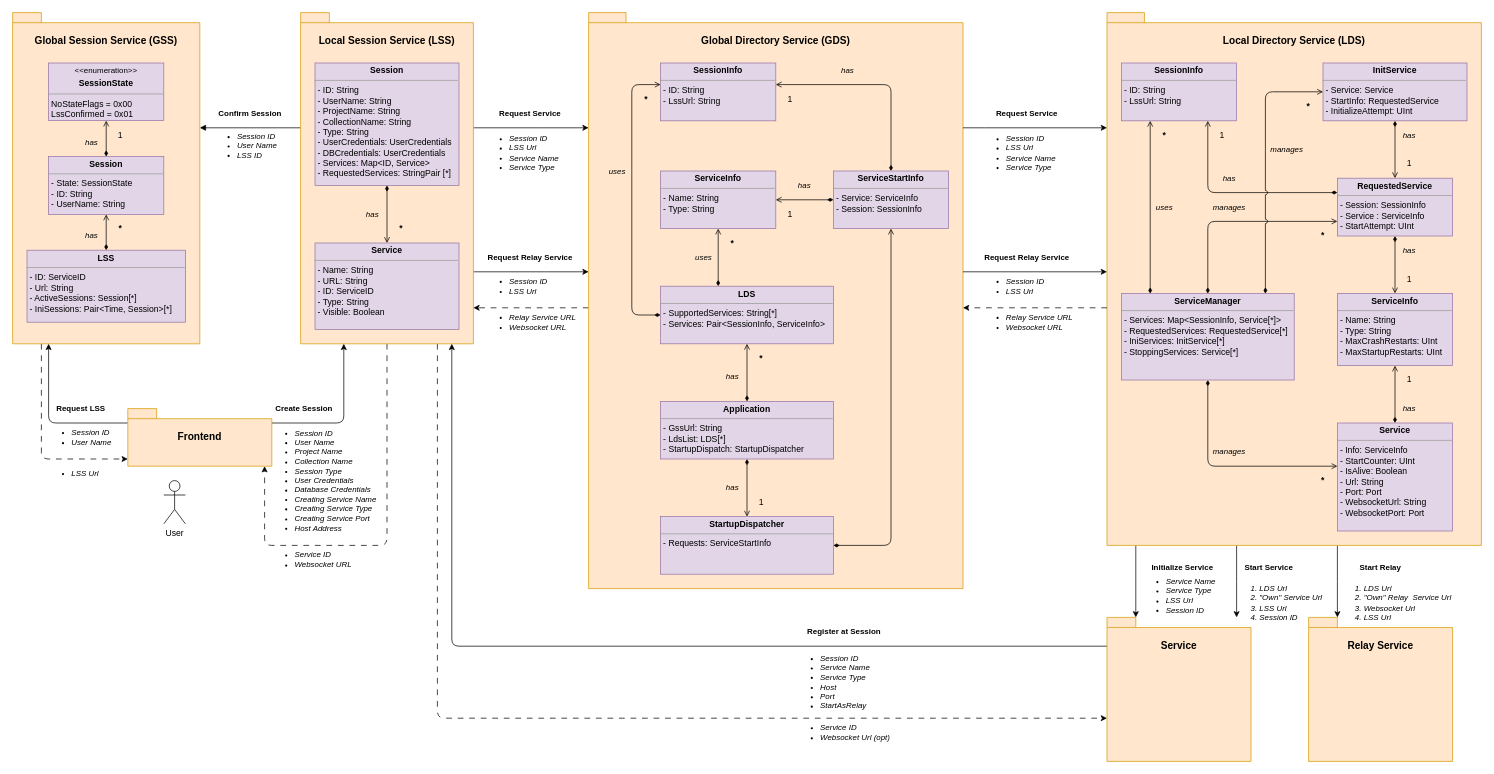
OT-OpenTwin/OpenTwin keeps this draw.io diagram as Documentation/Developer/general_concepts/images/ServiceInfromationOverview.drawio. Above is the earlier version. Source tidied: cells renumbered, new cells numbered last; positions are measured from the earlier drawing's top-left corner, leaving out a move shared by most shapes. Both pictures are drawn from the tidied source at 72%, with x=0, y=0 at pixel (12, 12).
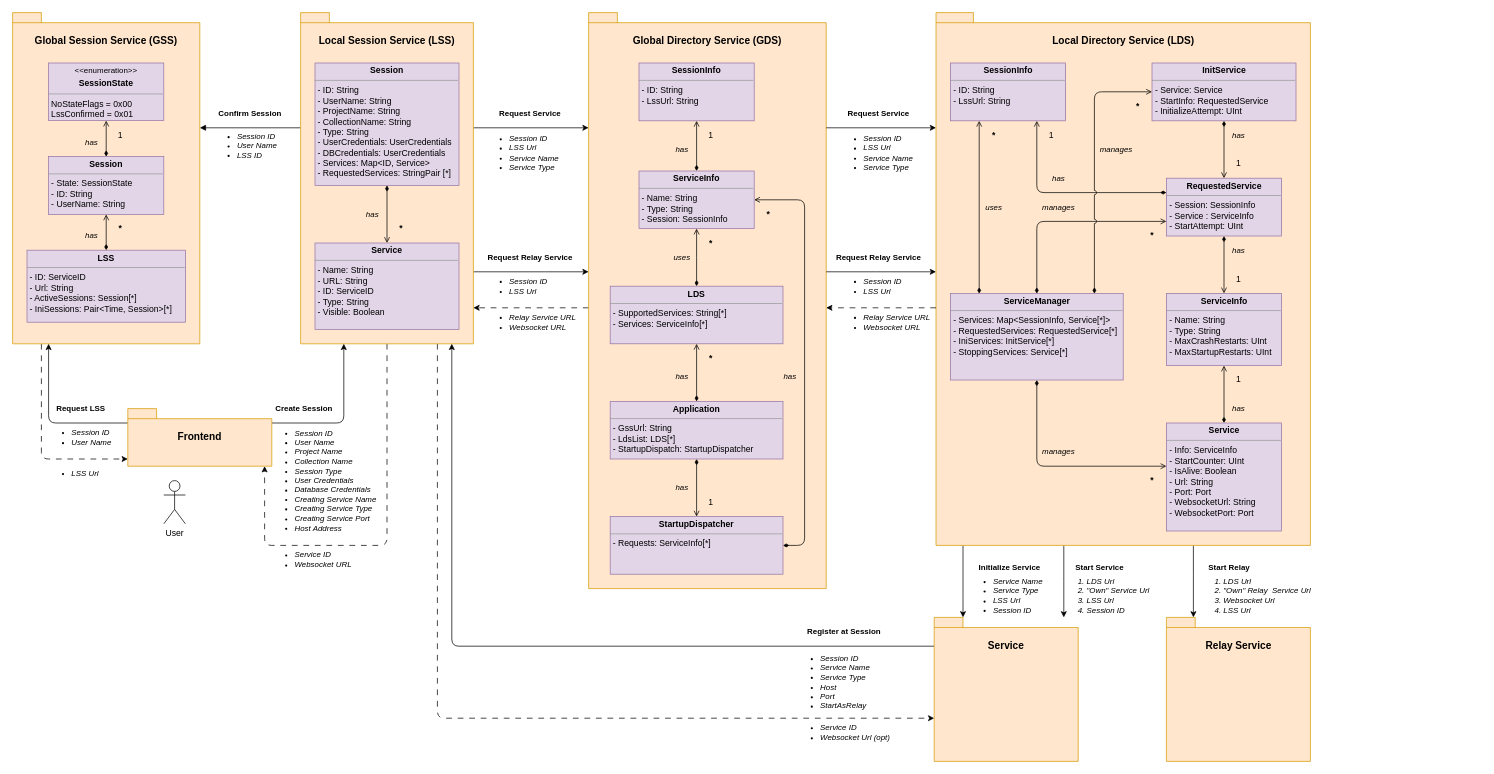
The same diagram, later.

The edit, as a diff of the source:
```diff
@@
     <mxCell id="13" style="edgeStyle=orthogonalEdgeStyle;rounded=0;jettySize=auto;html=1;" parent="1" edge="1" source="16" target="111">
       <mxGeometry relative="1" as="geometry">
         <Array as="points">
-          <mxPoint x="1840" y="790" />
-          <mxPoint x="1840" y="790" />
+          <mxPoint x="1640" y="780" />
+          <mxPoint x="1640" y="780" />
         </Array>
       </mxGeometry>
     </mxCell>
     <mxCell id="14" style="edgeStyle=orthogonalEdgeStyle;rounded=0;jettySize=auto;html=1;" parent="1" edge="1" source="16" target="102">
       <mxGeometry relative="1" as="geometry">
         <Array as="points">
-          <mxPoint x="1700" y="790" />
-          <mxPoint x="1700" y="790" />
+          <mxPoint x="1460" y="790" />
+          <mxPoint x="1460" y="790" />
         </Array>
       </mxGeometry>
     </mxCell>
     <mxCell id="15" style="edgeStyle=orthogonalEdgeStyle;rounded=0;jettySize=auto;html=1;" parent="1" edge="1" source="16" target="102">
       <mxGeometry relative="1" as="geometry">
         <Array as="points">
-          <mxPoint x="1560" y="760" />
-          <mxPoint x="1560" y="760" />
+          <mxPoint x="1320" y="810" />
+          <mxPoint x="1320" y="810" />
         </Array>
       </mxGeometry>
     </mxCell>
     <mxCell id="16" value="&lt;h3&gt;Local Directory Service (LDS)&lt;/h3&gt;" style="shape=folder;fontStyle=1;spacingTop=10;tabWidth=40;tabHeight=14;tabPosition=left;html=1;whiteSpace=wrap;fillColor=#ffe6cc;strokeColor=#d79b00;align=center;verticalAlign=top;" parent="1" vertex="1">
-      <mxGeometry x="1520" width="520" height="740" as="geometry" />
+      <mxGeometry x="1282.5" width="520" height="740" as="geometry" />
     </mxCell>
@@
     <mxCell id="59" value="&lt;h3&gt;Global Directory Service (GDS)&lt;/h3&gt;" style="shape=folder;fontStyle=1;spacingTop=10;tabWidth=40;tabHeight=14;tabPosition=left;html=1;whiteSpace=wrap;fillColor=#ffe6cc;strokeColor=#d79b00;align=center;verticalAlign=top;" parent="1" vertex="1">
-      <mxGeometry x="800" width="520" height="800" as="geometry" />
+      <mxGeometry x="800" width="330" height="800" as="geometry" />
     </mxCell>
+    <mxCell id="122" style="edgeStyle=orthogonalEdgeStyle;rounded=0;jettySize=auto;html=1;endArrow=open;endFill=0;startArrow=diamondThin;startFill=1;" parent="59" edge="1" source="60" target="61">
+      <mxGeometry relative="1" as="geometry" />
+    </mxCell>
-    <mxCell id="60" value="&lt;p style=&quot;margin:0px;margin-top:4px;text-align:center;&quot;&gt;&lt;b&gt;ServiceInfo&lt;/b&gt;&lt;/p&gt;&lt;hr size=&quot;1&quot;&gt;&lt;p style=&quot;margin:0px;margin-left:4px;&quot;&gt;- Name: String&lt;/p&gt;&lt;p style=&quot;margin:0px;margin-left:4px;&quot;&gt;- Type: String&lt;/p&gt;" style="verticalAlign=top;align=left;overflow=fill;fontSize=12;fontFamily=Helvetica;html=1;fillColor=#e1d5e7;strokeColor=#9673a6;" parent="59" vertex="1">
-      <mxGeometry x="100" y="220" width="160" height="80" as="geometry" />
+    <mxCell id="60" value="&lt;p style=&quot;margin:0px;margin-top:4px;text-align:center;&quot;&gt;&lt;b&gt;ServiceInfo&lt;/b&gt;&lt;/p&gt;&lt;hr size=&quot;1&quot;&gt;&lt;p style=&quot;margin:0px;margin-left:4px;&quot;&gt;- Name: String&lt;/p&gt;&lt;p style=&quot;margin:0px;margin-left:4px;&quot;&gt;- Type: String&lt;/p&gt;&lt;p style=&quot;margin:0px;margin-left:4px;&quot;&gt;- Session: SessionInfo&lt;/p&gt;" style="verticalAlign=top;align=left;overflow=fill;fontSize=12;fontFamily=Helvetica;html=1;fillColor=#e1d5e7;strokeColor=#9673a6;" parent="59" vertex="1">
+      <mxGeometry x="70" y="220" width="160" height="80" as="geometry" />
     </mxCell>
     <mxCell id="61" value="&lt;p style=&quot;margin:0px;margin-top:4px;text-align:center;&quot;&gt;&lt;b&gt;SessionInfo&lt;/b&gt;&lt;/p&gt;&lt;hr size=&quot;1&quot;&gt;&lt;p style=&quot;margin:0px;margin-left:4px;&quot;&gt;- ID: String&lt;/p&gt;&lt;p style=&quot;margin:0px;margin-left:4px;&quot;&gt;- Lss&lt;span style=&quot;background-color: transparent; color: light-dark(rgb(0, 0, 0), rgb(255, 255, 255));&quot;&gt;Url: String&lt;/span&gt;&lt;/p&gt;" style="verticalAlign=top;align=left;overflow=fill;fontSize=12;fontFamily=Helvetica;html=1;fillColor=#e1d5e7;strokeColor=#9673a6;" parent="59" vertex="1">
-      <mxGeometry x="100" y="70" width="160" height="80.3" as="geometry" />
+      <mxGeometry x="70" y="70" width="160" height="80.3" as="geometry" />
     </mxCell>
-    <mxCell id="62" style="edgeStyle=orthogonalEdgeStyle;rounded=1;jettySize=auto;html=1;curved=0;endArrow=open;endFill=0;startArrow=diamondThin;startFill=1;" parent="59" edge="1" source="64" target="61">
-      <mxGeometry relative="1" as="geometry">
-        <Array as="points">
-          <mxPoint x="420" y="100" />
-        </Array>
-      </mxGeometry>
-    </mxCell>
-    <mxCell id="63" style="edgeStyle=orthogonalEdgeStyle;rounded=0;jettySize=auto;html=1;endArrow=open;endFill=0;startArrow=diamondThin;startFill=1;" parent="59" edge="1" source="64" target="60">
-      <mxGeometry relative="1" as="geometry" />
-    </mxCell>
-    <mxCell id="64" value="&lt;p style=&quot;margin:0px;margin-top:4px;text-align:center;&quot;&gt;&lt;b&gt;ServiceStartInfo&lt;/b&gt;&lt;/p&gt;&lt;hr size=&quot;1&quot;&gt;&lt;p style=&quot;margin:0px;margin-left:4px;&quot;&gt;- Service: ServiceInfo&lt;/p&gt;&lt;p style=&quot;margin:0px;margin-left:4px;&quot;&gt;- Session: SessionInfo&lt;/p&gt;" style="verticalAlign=top;align=left;overflow=fill;fontSize=12;fontFamily=Helvetica;html=1;fillColor=#e1d5e7;strokeColor=#9673a6;" parent="59" vertex="1">
-      <mxGeometry x="340" y="220" width="160" height="80" as="geometry" />
-    </mxCell>
     <mxCell id="65" style="edgeStyle=orthogonalEdgeStyle;rounded=0;jettySize=auto;html=1;endArrow=open;endFill=0;startArrow=diamondThin;startFill=1;" parent="59" edge="1" source="67" target="60">
       <mxGeometry relative="1" as="geometry">
         <Array as="points">
-          <mxPoint x="180" y="360" />
-          <mxPoint x="180" y="360" />
+          <mxPoint x="150" y="340" />
+          <mxPoint x="150" y="340" />
         </Array>
       </mxGeometry>
     </mxCell>
-    <mxCell id="66" style="edgeStyle=orthogonalEdgeStyle;rounded=1;jettySize=auto;html=1;curved=0;endArrow=open;endFill=0;startArrow=diamondThin;startFill=1;" parent="59" edge="1" source="67" target="61">
-      <mxGeometry relative="1" as="geometry">
-        <Array as="points">
-          <mxPoint x="60" y="420" />
-          <mxPoint x="60" y="100" />
-        </Array>
-      </mxGeometry>
-    </mxCell>
-    <mxCell id="67" value="&lt;p style=&quot;margin:0px;margin-top:4px;text-align:center;&quot;&gt;&lt;b&gt;LDS&lt;/b&gt;&lt;/p&gt;&lt;hr size=&quot;1&quot;&gt;&lt;p style=&quot;margin:0px;margin-left:4px;&quot;&gt;- SupportedServices: String[*]&lt;/p&gt;&lt;p style=&quot;margin:0px;margin-left:4px;&quot;&gt;- Services: Pair&amp;lt;SessionInfo, ServiceInfo&amp;gt;&lt;/p&gt;" style="verticalAlign=top;align=left;overflow=fill;fontSize=12;fontFamily=Helvetica;html=1;fillColor=#e1d5e7;strokeColor=#9673a6;" parent="59" vertex="1">
-      <mxGeometry x="100" y="380" width="240" height="80" as="geometry" />
+    <mxCell id="67" value="&lt;p style=&quot;margin:0px;margin-top:4px;text-align:center;&quot;&gt;&lt;b&gt;LDS&lt;/b&gt;&lt;/p&gt;&lt;hr size=&quot;1&quot;&gt;&lt;p style=&quot;margin:0px;margin-left:4px;&quot;&gt;- SupportedServices: String[*]&lt;/p&gt;&lt;p style=&quot;margin:0px;margin-left:4px;&quot;&gt;- Services: ServiceInfo[*]&lt;/p&gt;" style="verticalAlign=top;align=left;overflow=fill;fontSize=12;fontFamily=Helvetica;html=1;fillColor=#e1d5e7;strokeColor=#9673a6;" parent="59" vertex="1">
+      <mxGeometry x="30" y="380" width="240" height="80" as="geometry" />
     </mxCell>
@@
     <mxCell id="70" value="&lt;p style=&quot;margin:0px;margin-top:4px;text-align:center;&quot;&gt;&lt;b&gt;Application&lt;/b&gt;&lt;/p&gt;&lt;hr size=&quot;1&quot;&gt;&lt;p style=&quot;margin:0px;margin-left:4px;&quot;&gt;- GssUrl: String&lt;/p&gt;&lt;p style=&quot;margin:0px;margin-left:4px;&quot;&gt;- LdsList: LDS[*]&lt;/p&gt;&lt;p style=&quot;margin:0px;margin-left:4px;&quot;&gt;- StartupDispatch: StartupDispatcher&lt;/p&gt;" style="verticalAlign=top;align=left;overflow=fill;fontSize=12;fontFamily=Helvetica;html=1;fillColor=#e1d5e7;strokeColor=#9673a6;" parent="59" vertex="1">
-      <mxGeometry x="100" y="540" width="240" height="80" as="geometry" />
+      <mxGeometry x="30" y="540" width="240" height="80" as="geometry" />
     </mxCell>
-    <mxCell id="71" style="edgeStyle=orthogonalEdgeStyle;rounded=1;jettySize=auto;html=1;curved=0;endArrow=open;endFill=0;startArrow=diamondThin;startFill=1;" parent="59" edge="1" source="72" target="64">
+    <mxCell id="71" style="edgeStyle=orthogonalEdgeStyle;rounded=1;jettySize=auto;html=1;curved=0;endArrow=open;endFill=0;startArrow=diamondThin;startFill=1;" parent="59" edge="1" source="72" target="60">
       <mxGeometry relative="1" as="geometry">
         <Array as="points">
-          <mxPoint x="420" y="740" />
+          <mxPoint x="300" y="740" />
+          <mxPoint x="300" y="260" />
         </Array>
       </mxGeometry>
     </mxCell>
-    <mxCell id="72" value="&lt;p style=&quot;margin:0px;margin-top:4px;text-align:center;&quot;&gt;&lt;b&gt;StartupDispatcher&lt;/b&gt;&lt;/p&gt;&lt;hr size=&quot;1&quot;&gt;&lt;p style=&quot;margin:0px;margin-left:4px;&quot;&gt;- Requests: ServiceStartInfo&lt;/p&gt;" style="verticalAlign=top;align=left;overflow=fill;fontSize=12;fontFamily=Helvetica;html=1;fillColor=#e1d5e7;strokeColor=#9673a6;" parent="59" vertex="1">
-      <mxGeometry x="100" y="700" width="240" height="80" as="geometry" />
+    <mxCell id="72" value="&lt;p style=&quot;margin:0px;margin-top:4px;text-align:center;&quot;&gt;&lt;b&gt;StartupDispatcher&lt;/b&gt;&lt;/p&gt;&lt;hr size=&quot;1&quot;&gt;&lt;p style=&quot;margin:0px;margin-left:4px;&quot;&gt;- Requests: ServiceInfo[*]&lt;/p&gt;" style="verticalAlign=top;align=left;overflow=fill;fontSize=12;fontFamily=Helvetica;html=1;fillColor=#e1d5e7;strokeColor=#9673a6;" parent="59" vertex="1">
+      <mxGeometry x="30" y="700" width="240" height="80" as="geometry" />
     </mxCell>
     <mxCell id="73" value="has" style="text;html=1;align=center;verticalAlign=middle;whiteSpace=wrap;rounded=0;fontStyle=2;fontSize=11;" parent="59" vertex="1">
-      <mxGeometry x="180" y="640" width="40" height="40" as="geometry" />
+      <mxGeometry x="110" y="640" width="40" height="40" as="geometry" />
     </mxCell>
     <mxCell id="74" value="1" style="text;html=1;align=center;verticalAlign=middle;whiteSpace=wrap;rounded=0;" parent="59" vertex="1">
-      <mxGeometry x="220" y="660" width="40" height="40" as="geometry" />
+      <mxGeometry x="150" y="660" width="40" height="40" as="geometry" />
     </mxCell>
     <mxCell id="75" value="*" style="text;html=1;align=center;verticalAlign=middle;whiteSpace=wrap;rounded=0;fontStyle=1;" parent="59" vertex="1">
-      <mxGeometry x="220" y="460" width="40" height="40" as="geometry" />
+      <mxGeometry x="150" y="460" width="40" height="40" as="geometry" />
     </mxCell>
     <mxCell id="76" value="has" style="text;html=1;align=center;verticalAlign=middle;whiteSpace=wrap;rounded=0;fontStyle=2;fontSize=11;" parent="59" vertex="1">
-      <mxGeometry x="180" y="484.5" width="40" height="40" as="geometry" />
+      <mxGeometry x="110" y="484.5" width="40" height="40" as="geometry" />
     </mxCell>
     <mxCell id="77" value="uses" style="text;html=1;align=center;verticalAlign=middle;whiteSpace=wrap;rounded=0;fontStyle=2;fontSize=11;" parent="59" vertex="1">
-      <mxGeometry x="140" y="320" width="40" height="40" as="geometry" />
+      <mxGeometry x="110" y="320" width="40" height="40" as="geometry" />
     </mxCell>
     <mxCell id="78" value="*" style="text;html=1;align=center;verticalAlign=middle;whiteSpace=wrap;rounded=0;fontStyle=1;" parent="59" vertex="1">
-      <mxGeometry x="180" y="300" width="40" height="40" as="geometry" />
+      <mxGeometry x="150" y="300" width="40" height="40" as="geometry" />
     </mxCell>
-    <mxCell id="79" value="uses" style="text;html=1;align=center;verticalAlign=middle;whiteSpace=wrap;rounded=0;fontStyle=2;fontSize=11;" parent="59" vertex="1">
-      <mxGeometry x="20" y="200" width="40" height="40" as="geometry" />
-    </mxCell>
+    <mxCell id="82" value="has" style="text;html=1;align=center;verticalAlign=middle;whiteSpace=wrap;rounded=0;fontStyle=2;fontSize=11;" parent="59" vertex="1">
+      <mxGeometry x="110" y="170" width="40" height="40" as="geometry" />
+    </mxCell>
+    <mxCell id="123" value="1" style="text;html=1;align=center;verticalAlign=middle;whiteSpace=wrap;rounded=0;" parent="59" vertex="1">
+      <mxGeometry x="150" y="150.3" width="40" height="40" as="geometry" />
+    </mxCell>
     <mxCell id="80" value="*" style="text;html=1;align=center;verticalAlign=middle;whiteSpace=wrap;rounded=0;fontStyle=1;" parent="59" vertex="1">
-      <mxGeometry x="60" y="100.3" width="40" height="40" as="geometry" />
+      <mxGeometry x="230" y="260" width="40" height="40" as="geometry" />
     </mxCell>
     <mxCell id="81" value="has" style="text;html=1;align=center;verticalAlign=middle;whiteSpace=wrap;rounded=0;fontStyle=2;fontSize=11;" parent="59" vertex="1">
-      <mxGeometry x="280" y="220" width="40" height="40" as="geometry" />
+      <mxGeometry x="260" y="484.5" width="40" height="40" as="geometry" />
     </mxCell>
-    <mxCell id="82" value="has" style="text;html=1;align=center;verticalAlign=middle;whiteSpace=wrap;rounded=0;fontStyle=2;fontSize=11;" parent="59" vertex="1">
-      <mxGeometry x="340" y="60.3" width="40" height="40" as="geometry" />
-    </mxCell>
-    <mxCell id="83" value="1" style="text;html=1;align=center;verticalAlign=middle;whiteSpace=wrap;rounded=0;" parent="59" vertex="1">
-      <mxGeometry x="260" y="260" width="40" height="40" as="geometry" />
-    </mxCell>
-    <mxCell id="84" value="1" style="text;html=1;align=center;verticalAlign=middle;whiteSpace=wrap;rounded=0;" parent="59" vertex="1">
-      <mxGeometry x="260" y="100" width="40" height="40" as="geometry" />
-    </mxCell>
@@
     <mxCell id="102" value="&lt;h3&gt;Service&lt;/h3&gt;" style="shape=folder;fontStyle=1;spacingTop=10;tabWidth=40;tabHeight=14;tabPosition=left;html=1;whiteSpace=wrap;fillColor=#ffe6cc;strokeColor=#d79b00;align=center;verticalAlign=top;" parent="1" vertex="1">
-      <mxGeometry x="1520" y="840" width="200" height="200" as="geometry" />
+      <mxGeometry x="1280" y="840" width="200" height="200" as="geometry" />
     </mxCell>
     <mxCell id="103" style="edgeStyle=orthogonalEdgeStyle;rounded=0;jettySize=auto;html=1;" parent="1" edge="1" source="59" target="16">
       <mxGeometry relative="1" as="geometry">
         <Array as="points">
-          <mxPoint x="1350" y="160" />
-          <mxPoint x="1350" y="160" />
+          <mxPoint x="1220" y="160" />
+          <mxPoint x="1220" y="160" />
         </Array>
       </mxGeometry>
     </mxCell>
     <mxCell id="104" style="edgeStyle=orthogonalEdgeStyle;rounded=0;jettySize=auto;html=1;" parent="1" edge="1" source="59" target="16">
       <mxGeometry relative="1" as="geometry">
         <Array as="points">
-          <mxPoint x="1370" y="360" />
-          <mxPoint x="1370" y="360" />
+          <mxPoint x="1200" y="360" />
+          <mxPoint x="1200" y="360" />
         </Array>
       </mxGeometry>
     </mxCell>
     <mxCell id="105" style="edgeStyle=orthogonalEdgeStyle;rounded=0;jettySize=auto;html=1;dashed=1;dashPattern=8 8;" parent="1" edge="1" source="16" target="59">
       <mxGeometry relative="1" as="geometry">
         <Array as="points">
-          <mxPoint x="1370" y="410" />
-          <mxPoint x="1370" y="410" />
+          <mxPoint x="1190" y="410" />
+          <mxPoint x="1190" y="410" />
         </Array>
       </mxGeometry>
     </mxCell>
     <mxCell id="106" value="Request Service" style="text;html=1;align=center;verticalAlign=middle;whiteSpace=wrap;rounded=0;fontStyle=1;fontSize=11;" parent="1" vertex="1">
-      <mxGeometry x="1363.8" y="120" width="90" height="40" as="geometry" />
+      <mxGeometry x="1157.8" y="120" width="90" height="40" as="geometry" />
     </mxCell>
     <mxCell id="107" value="&lt;ul&gt;&lt;li&gt;Session ID&lt;/li&gt;&lt;li style=&quot;&quot;&gt;LSS Url&lt;/li&gt;&lt;li style=&quot;&quot;&gt;Service Name&lt;/li&gt;&lt;li style=&quot;&quot;&gt;Service Type&lt;/li&gt;&lt;/ul&gt;" style="text;html=1;align=left;verticalAlign=middle;whiteSpace=wrap;rounded=0;fontStyle=2;fontSize=11;" parent="1" vertex="1">
-      <mxGeometry x="1337.5" y="160" width="115" height="70" as="geometry" />
+      <mxGeometry x="1140" y="160" width="115" height="70" as="geometry" />
     </mxCell>
     <mxCell id="108" value="Request Relay Service" style="text;html=1;align=center;verticalAlign=middle;whiteSpace=wrap;rounded=0;fontStyle=1;fontSize=11;" parent="1" vertex="1">
-      <mxGeometry x="1346" y="320" width="125.5" height="40" as="geometry" />
+      <mxGeometry x="1140" y="320" width="125.5" height="40" as="geometry" />
     </mxCell>
     <mxCell id="109" value="&lt;ul&gt;&lt;li&gt;Session ID&lt;/li&gt;&lt;li style=&quot;&quot;&gt;LSS Url&lt;/li&gt;&lt;/ul&gt;" style="text;html=1;align=left;verticalAlign=middle;whiteSpace=wrap;rounded=0;fontStyle=2;fontSize=11;" parent="1" vertex="1">
-      <mxGeometry x="1337.5" y="360" width="115" height="40" as="geometry" />
+      <mxGeometry x="1140" y="360" width="115" height="40" as="geometry" />
     </mxCell>
     <mxCell id="110" value="&lt;ul&gt;&lt;li&gt;Relay Service URL&lt;/li&gt;&lt;li&gt;Websocket URL&lt;/li&gt;&lt;/ul&gt;" style="text;html=1;align=left;verticalAlign=middle;whiteSpace=wrap;rounded=0;fontStyle=2;fontSize=11;" parent="1" vertex="1">
-      <mxGeometry x="1337.5" y="410" width="142.5" height="40" as="geometry" />
+      <mxGeometry x="1140" y="410" width="142.5" height="40" as="geometry" />
     </mxCell>
     <mxCell id="111" value="&lt;h3&gt;Relay Service&lt;/h3&gt;" style="shape=folder;fontStyle=1;spacingTop=10;tabWidth=40;tabHeight=14;tabPosition=left;html=1;whiteSpace=wrap;fillColor=#ffe6cc;strokeColor=#d79b00;align=center;verticalAlign=top;" parent="1" vertex="1">
-      <mxGeometry x="1800" y="840" width="200" height="200" as="geometry" />
+      <mxGeometry x="1602.5" y="840" width="200" height="200" as="geometry" />
     </mxCell>
@@
     <mxCell id="113" value="Start Relay" style="text;html=1;align=center;verticalAlign=middle;whiteSpace=wrap;rounded=0;fontStyle=1;fontSize=11;" parent="1" vertex="1">
-      <mxGeometry x="1835" y="750" width="130" height="40" as="geometry" />
+      <mxGeometry x="1640" y="750" width="100" height="40" as="geometry" />
     </mxCell>
     <mxCell id="114" value="&lt;ol&gt;&lt;li&gt;LDS Url&lt;/li&gt;&lt;li&gt;&quot;Own&quot; Relay&amp;nbsp; Service Url&lt;/li&gt;&lt;li&gt;Websocket Url&lt;/li&gt;&lt;li&gt;LSS Url&lt;/li&gt;&lt;/ol&gt;" style="text;html=1;align=left;verticalAlign=middle;whiteSpace=wrap;rounded=0;fontStyle=2;fontSize=11;" parent="1" vertex="1">
-      <mxGeometry x="1835" y="790" width="174.8" height="60" as="geometry" />
+      <mxGeometry x="1640" y="780" width="174.8" height="60" as="geometry" />
     </mxCell>
     <mxCell id="115" value="Start Service" style="text;html=1;align=center;verticalAlign=middle;whiteSpace=wrap;rounded=0;fontStyle=1;fontSize=11;" parent="1" vertex="1">
-      <mxGeometry x="1680" y="750" width="130" height="40" as="geometry" />
+      <mxGeometry x="1460" y="750" width="100" height="40" as="geometry" />
     </mxCell>
     <mxCell id="116" value="&lt;ol&gt;&lt;li&gt;LDS Url&lt;/li&gt;&lt;li&gt;&quot;Own&quot; Service Url&lt;/li&gt;&lt;li&gt;LSS Url&lt;/li&gt;&lt;li&gt;Session ID&lt;/li&gt;&lt;/ol&gt;" style="text;html=1;align=left;verticalAlign=middle;whiteSpace=wrap;rounded=0;fontStyle=2;fontSize=11;" parent="1" vertex="1">
-      <mxGeometry x="1690" y="790" width="132.5" height="60" as="geometry" />
+      <mxGeometry x="1450" y="780" width="132.5" height="60" as="geometry" />
     </mxCell>
     <mxCell id="117" value="Initialize Service" style="text;html=1;align=center;verticalAlign=middle;whiteSpace=wrap;rounded=0;fontStyle=1;fontSize=11;" parent="1" vertex="1">
-      <mxGeometry x="1560" y="750" width="130" height="40" as="geometry" />
+      <mxGeometry x="1320" y="750" width="130" height="40" as="geometry" />
     </mxCell>
     <mxCell id="118" value="&lt;ul&gt;&lt;li&gt;Service Name&lt;/li&gt;&lt;li&gt;Service Type&lt;/li&gt;&lt;li&gt;LSS Url&lt;/li&gt;&lt;li&gt;Session ID&lt;/li&gt;&lt;/ul&gt;" style="text;html=1;align=left;verticalAlign=middle;whiteSpace=wrap;rounded=0;fontStyle=2;fontSize=11;" parent="1" vertex="1">
-      <mxGeometry x="1560" y="790" width="115" height="40" as="geometry" />
+      <mxGeometry x="1320" y="790" width="115" height="40" as="geometry" />
     </mxCell>
```
